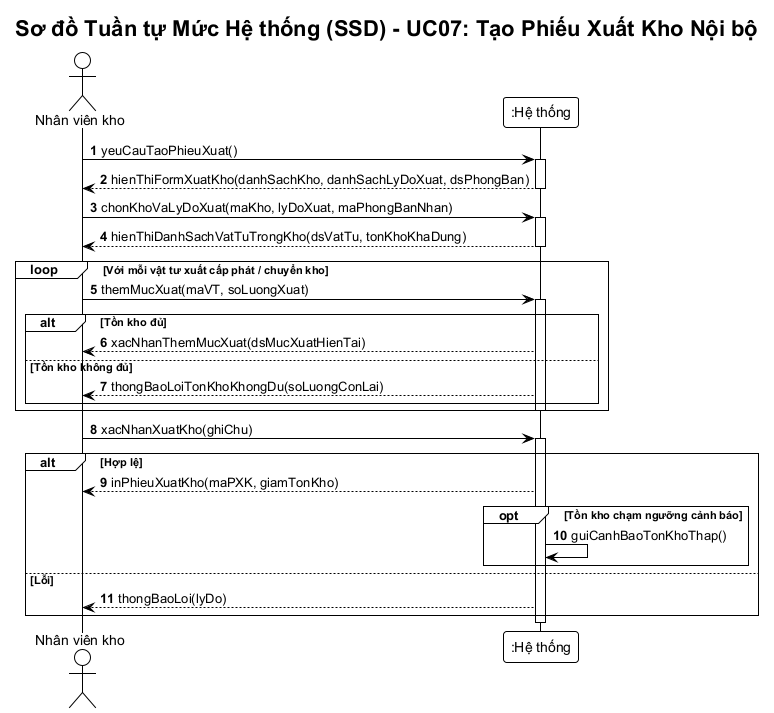
This is BTL-QuanLyKhoHang/diagrams/ssd-xuat-kho.png from vuhoabinh2416137/G8_Quanlysanphamvakhohang, a PlantUML export, as it was before one commit.
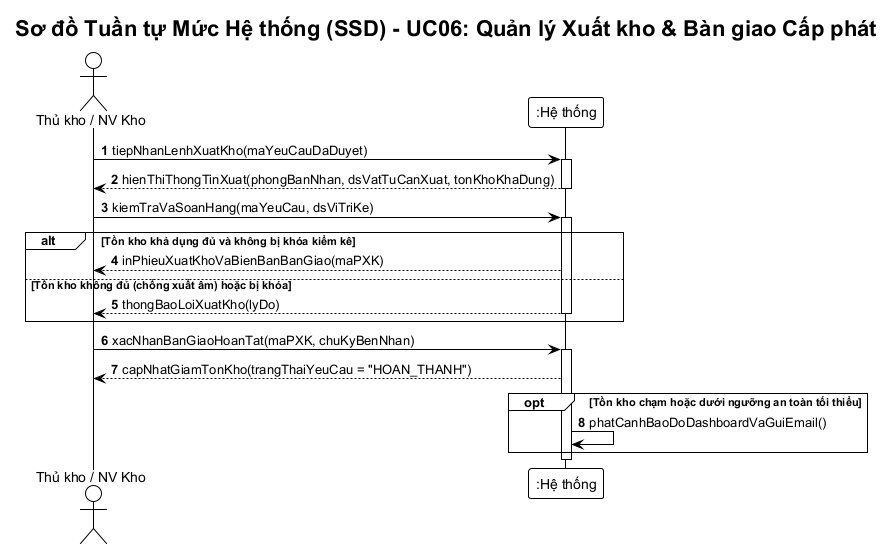
Later version of the same file.

The edit, as a diff of the source:
```diff
@@ -4,41 +4,30 @@
 skinparam responseMessageBelowArrow true
 skinparam defaultFontName "Arial"
 
-title Sơ đồ Tuần tự Mức Hệ thống (SSD) - UC07: Tạo Phiếu Xuất Kho Nội bộ
+title Sơ đồ Tuần tự Mức Hệ thống (SSD) - UC06: Quản lý Xuất kho & Bàn giao Cấp phát
 
-actor "Nhân viên kho" as NV
+actor "Thủ kho / NV Kho" as NV
 participant ":Hệ thống" as Sys
 
-NV -> Sys: yeuCauTaoPhieuXuat()
+NV -> Sys: tiepNhanLenhXuatKho(maYeuCauDaDuyet)
 activate Sys
-Sys --> NV: hienThiFormXuatKho(danhSachKho, danhSachLyDoXuat, dsPhongBan)
+Sys --> NV: hienThiThongTinXuat(phongBanNhan, dsVatTuCanXuat, tonKhoKhaDung)
 deactivate Sys
 
-NV -> Sys: chonKhoVaLyDoXuat(maKho, lyDoXuat, maPhongBanNhan)
+NV -> Sys: kiemTraVaSoanHang(maYeuCau, dsViTriKe)
 activate Sys
-Sys --> NV: hienThiDanhSachVatTuTrongKho(dsVatTu, tonKhoKhaDung)
-deactivate Sys
-
-loop Với mỗi vật tư xuất cấp phát / chuyển kho
-    NV -> Sys: themMucXuat(maVT, soLuongXuat)
-    activate Sys
-    alt Tồn kho đủ
-        Sys --> NV: xacNhanThemMucXuat(dsMucXuatHienTai)
-    else Tồn kho không đủ
-        Sys --> NV: thongBaoLoiTonKhoKhongDu(soLuongConLai)
-    end
+alt Tồn kho khả dụng đủ và không bị khóa kiểm kê
+    Sys --> NV: inPhieuXuatKhoVaBienBanBanGiao(maPXK)
+else Tồn kho không đủ (chống xuất âm) hoặc bị khóa
+    Sys --> NV: thongBaoLoiXuatKho(lyDo)
     deactivate Sys
 end
 
-NV -> Sys: xacNhanXuatKho(ghiChu)
+NV -> Sys: xacNhanBanGiaoHoanTat(maPXK, chuKyBenNhan)
 activate Sys
-alt Hợp lệ
-    Sys --> NV: inPhieuXuatKho(maPXK, giamTonKho)
-    opt Tồn kho chạm ngưỡng cảnh báo
-        Sys -> Sys: guiCanhBaoTonKhoThap()
-    end
-else Lỗi
-    Sys --> NV: thongBaoLoi(lyDo)
+Sys --> NV: capNhatGiamTonKho(trangThaiYeuCau = "HOAN_THANH")
+opt Tồn kho chạm hoặc dưới ngưỡng an toàn tối thiểu
+    Sys -> Sys: phatCanhBaoDoDashboardVaGuiEmail()
 end
 deactivate Sys
 @enduml
```
